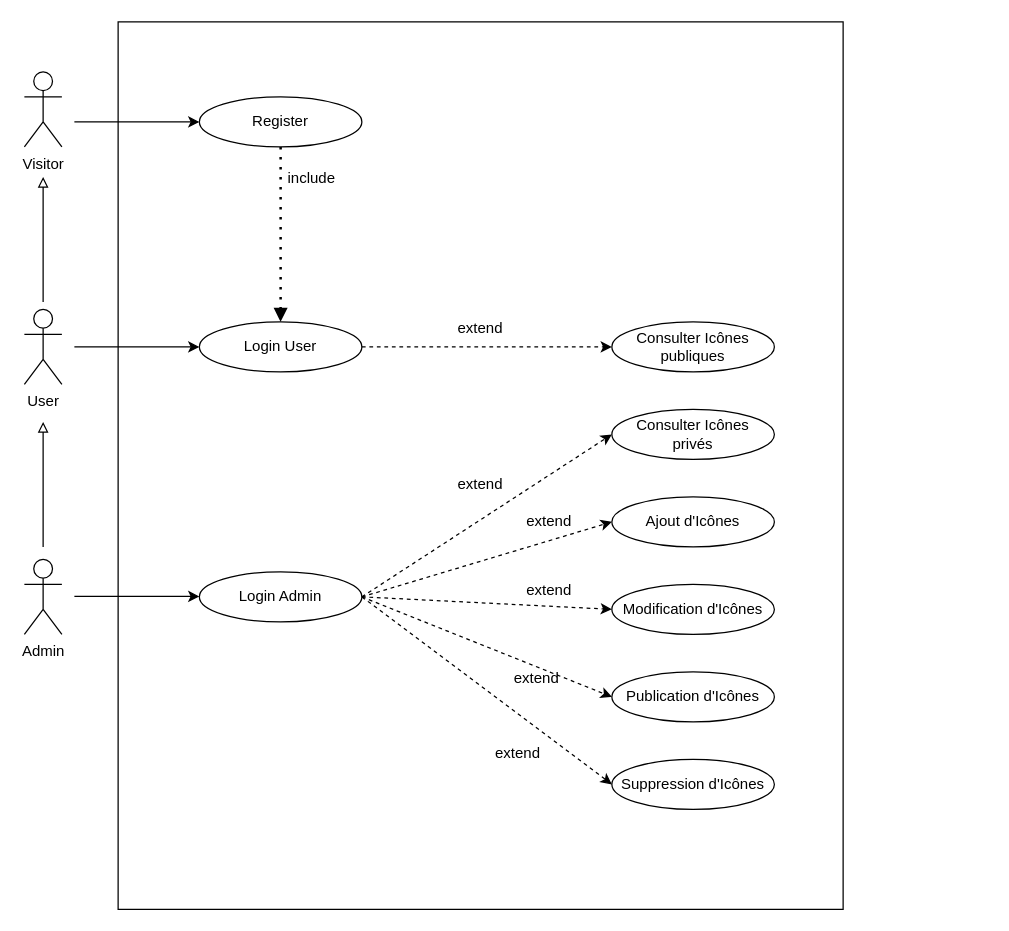
The draw.io diagram doc/UseCase_V1.drawio in Johblanc/iconotheque_back, before the edit. Source tidied: cells renumbered, new cells numbered last; positions are measured from the earlier drawing's top-left corner, leaving out a move shared by most shapes. Both pictures are drawn from the tidied source at 125%, with x=0, y=0 at pixel (24, 21).
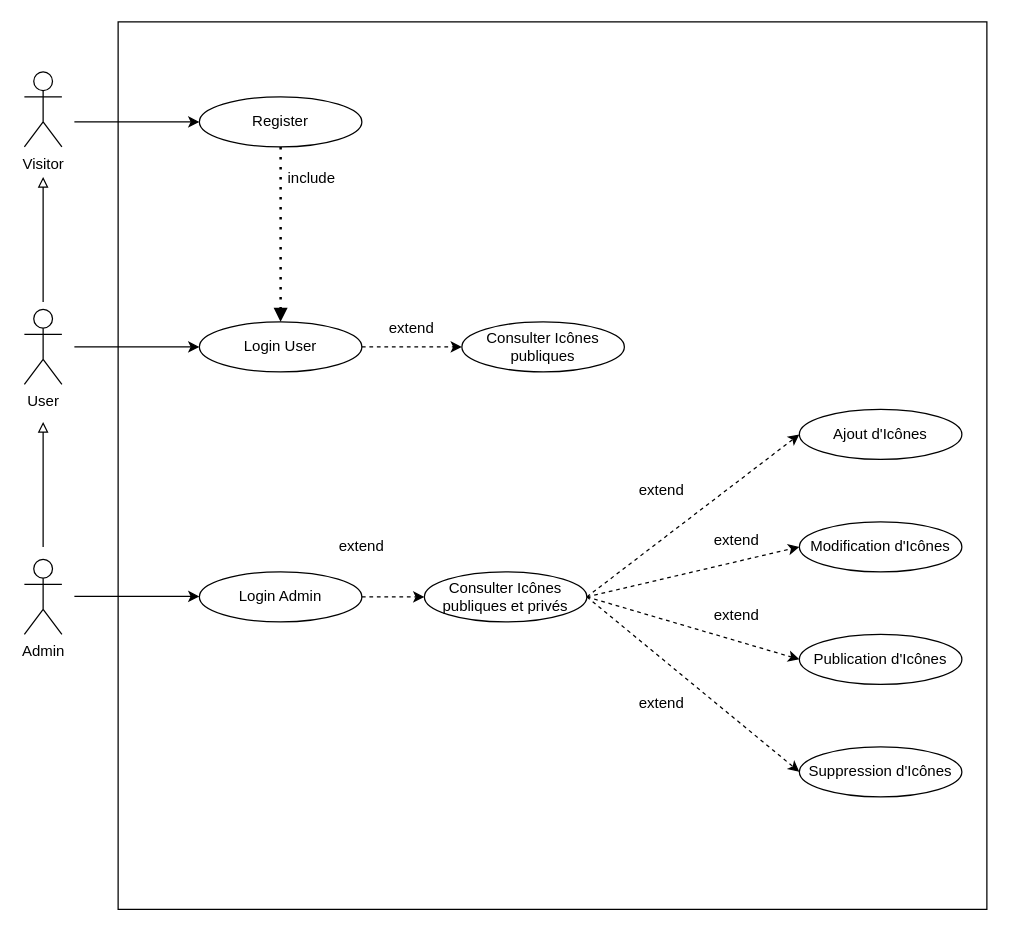
Above is the later version.

Commit message:
body : Maj UseCase V1

Unchanged cells that the change refers to:
```xml
<mxCell id="24" value="Login Admin" style="ellipse;whiteSpace=wrap;html=1;" parent="1" vertex="1">
  <mxGeometry x="140" y="440" width="130" height="40" as="geometry" />
</mxCell>
```

The edit, as a diff of the source:
```diff
@@
     <mxCell id="2" style="rounded=0;whiteSpace=wrap;html=1;" parent="1" vertex="1">
-      <mxGeometry x="75" width="580" height="710" as="geometry" />
+      <mxGeometry x="75" width="695" height="710" as="geometry" />
     </mxCell>
@@
     <mxCell id="8" value="Consulter Icônes publiques" style="ellipse;whiteSpace=wrap;html=1;" parent="1" vertex="1">
-      <mxGeometry x="470" y="240" width="130" height="40" as="geometry" />
+      <mxGeometry x="350" y="240" width="130" height="40" as="geometry" />
     </mxCell>
     <mxCell id="9" value="Ajout d'Icônes" style="ellipse;whiteSpace=wrap;html=1;" parent="1" vertex="1">
-      <mxGeometry x="470" y="380" width="130" height="40" as="geometry" />
+      <mxGeometry x="620" y="310" width="130" height="40" as="geometry" />
     </mxCell>
     <mxCell id="10" value="Modification d'Icônes" style="ellipse;whiteSpace=wrap;html=1;" parent="1" vertex="1">
-      <mxGeometry x="470" y="450" width="130" height="40" as="geometry" />
+      <mxGeometry x="620" y="400" width="130" height="40" as="geometry" />
     </mxCell>
     <mxCell id="11" value="Publication d'Icônes" style="ellipse;whiteSpace=wrap;html=1;" parent="1" vertex="1">
-      <mxGeometry x="470" y="520" width="130" height="40" as="geometry" />
+      <mxGeometry x="620" y="490" width="130" height="40" as="geometry" />
     </mxCell>
@@
-    <mxCell id="17" style="endArrow=classic;html=1;entryX=0;entryY=0.5;entryDx=0;entryDy=0;exitX=1;exitY=0.5;exitDx=0;exitDy=0;dashed=1;" parent="1" edge="1" source="24" target="9">
-      <mxGeometry relative="1" as="geometry" />
-    </mxCell>
-    <mxCell id="18" style="endArrow=classic;html=1;entryX=0;entryY=0.5;entryDx=0;entryDy=0;exitX=1;exitY=0.5;exitDx=0;exitDy=0;dashed=1;" parent="1" edge="1" source="24" target="10">
+    <mxCell id="18" style="endArrow=classic;html=1;entryX=0;entryY=0.5;entryDx=0;entryDy=0;exitX=1;exitY=0.5;exitDx=0;exitDy=0;dashed=1;" parent="1" edge="1" source="34" target="10">
       <mxGeometry relative="1" as="geometry" />
     </mxCell>
-    <mxCell id="19" style="endArrow=classic;html=1;entryX=0;entryY=0.5;entryDx=0;entryDy=0;exitX=1;exitY=0.5;exitDx=0;exitDy=0;dashed=1;" parent="1" edge="1" source="24" target="11">
-      <mxGeometry relative="1" as="geometry" />
+    <mxCell id="19" style="endArrow=classic;html=1;entryX=0;entryY=0.5;entryDx=0;entryDy=0;dashed=1;" parent="1" edge="1" target="11">
+      <mxGeometry relative="1" as="geometry">
+        <mxPoint x="450" y="460" as="sourcePoint" />
+      </mxGeometry>
     </mxCell>
@@
     <mxCell id="22" value="Suppression d'Icônes" style="ellipse;whiteSpace=wrap;html=1;" parent="1" vertex="1">
-      <mxGeometry x="470" y="590" width="130" height="40" as="geometry" />
+      <mxGeometry x="620" y="580" width="130" height="40" as="geometry" />
     </mxCell>
-    <mxCell id="23" style="endArrow=classic;html=1;entryX=0;entryY=0.5;entryDx=0;entryDy=0;exitX=1;exitY=0.5;exitDx=0;exitDy=0;dashed=1;" parent="1" edge="1" source="24" target="22">
+    <mxCell id="23" style="endArrow=classic;html=1;entryX=0;entryY=0.5;entryDx=0;entryDy=0;dashed=1;exitX=1;exitY=0.5;exitDx=0;exitDy=0;" parent="1" edge="1" source="34" target="22">
       <mxGeometry relative="1" as="geometry" />
     </mxCell>
@@
-    <mxCell id="26" value="Consulter Icônes&lt;br&gt;privés" style="ellipse;whiteSpace=wrap;html=1;" parent="1" vertex="1">
-      <mxGeometry x="470" y="310" width="130" height="40" as="geometry" />
-    </mxCell>
-    <mxCell id="27" style="endArrow=classic;html=1;entryX=0;entryY=0.5;entryDx=0;entryDy=0;exitX=1;exitY=0.5;exitDx=0;exitDy=0;dashed=1;" parent="1" edge="1" source="24" target="26">
-      <mxGeometry relative="1" as="geometry" />
-    </mxCell>
     <mxCell id="28" value="extend" style="text;strokeColor=none;align=center;fillColor=none;html=1;verticalAlign=middle;whiteSpace=wrap;rounded=0;" parent="1" vertex="1">
-      <mxGeometry x="335" y="230" width="60" height="30" as="geometry" />
+      <mxGeometry x="280" y="230" width="60" height="30" as="geometry" />
     </mxCell>
     <mxCell id="29" value="extend" style="text;strokeColor=none;align=center;fillColor=none;html=1;verticalAlign=middle;whiteSpace=wrap;rounded=0;" parent="1" vertex="1">
-      <mxGeometry x="390" y="440" width="60" height="30" as="geometry" />
+      <mxGeometry x="480" y="360" width="60" height="30" as="geometry" />
     </mxCell>
-    <mxCell id="30" value="extend" style="text;strokeColor=none;align=center;fillColor=none;html=1;verticalAlign=middle;whiteSpace=wrap;rounded=0;" parent="1" vertex="1">
-      <mxGeometry x="380" y="510" width="60" height="30" as="geometry" />
-    </mxCell>
-    <mxCell id="31" value="extend" style="text;strokeColor=none;align=center;fillColor=none;html=1;verticalAlign=middle;whiteSpace=wrap;rounded=0;" parent="1" vertex="1">
-      <mxGeometry x="365" y="570" width="60" height="30" as="geometry" />
-    </mxCell>
-    <mxCell id="32" value="extend" style="text;strokeColor=none;align=center;fillColor=none;html=1;verticalAlign=middle;whiteSpace=wrap;rounded=0;" parent="1" vertex="1">
-      <mxGeometry x="390" y="385" width="60" height="30" as="geometry" />
-    </mxCell>
-    <mxCell id="33" value="extend" style="text;strokeColor=none;align=center;fillColor=none;html=1;verticalAlign=middle;whiteSpace=wrap;rounded=0;" parent="1" vertex="1">
-      <mxGeometry x="335" y="355" width="60" height="30" as="geometry" />
-    </mxCell>
+    <mxCell id="34" value="Consulter Icônes publiques et privés" style="ellipse;whiteSpace=wrap;html=1;" parent="1" vertex="1">
+      <mxGeometry x="320" y="440" width="130" height="40" as="geometry" />
+    </mxCell>
+    <mxCell id="35" style="endArrow=classic;html=1;entryX=0;entryY=0.5;entryDx=0;entryDy=0;dashed=1;" parent="1" edge="1" target="34">
+      <mxGeometry relative="1" as="geometry">
+        <mxPoint x="270" y="460" as="sourcePoint" />
+      </mxGeometry>
+    </mxCell>
+    <mxCell id="36" style="endArrow=classic;html=1;entryX=0;entryY=0.5;entryDx=0;entryDy=0;exitX=1;exitY=0.5;exitDx=0;exitDy=0;dashed=1;" parent="1" edge="1" source="34" target="9">
+      <mxGeometry relative="1" as="geometry" />
+    </mxCell>
+    <mxCell id="37" value="extend" style="text;strokeColor=none;align=center;fillColor=none;html=1;verticalAlign=middle;whiteSpace=wrap;rounded=0;" parent="1" vertex="1">
+      <mxGeometry x="240" y="405" width="60" height="30" as="geometry" />
+    </mxCell>
+    <mxCell id="38" value="extend" style="text;strokeColor=none;align=center;fillColor=none;html=1;verticalAlign=middle;whiteSpace=wrap;rounded=0;" parent="1" vertex="1">
+      <mxGeometry x="540" y="400" width="60" height="30" as="geometry" />
+    </mxCell>
+    <mxCell id="39" value="extend" style="text;strokeColor=none;align=center;fillColor=none;html=1;verticalAlign=middle;whiteSpace=wrap;rounded=0;" parent="1" vertex="1">
+      <mxGeometry x="540" y="460" width="60" height="30" as="geometry" />
+    </mxCell>
+    <mxCell id="40" value="extend" style="text;strokeColor=none;align=center;fillColor=none;html=1;verticalAlign=middle;whiteSpace=wrap;rounded=0;" parent="1" vertex="1">
+      <mxGeometry x="480" y="530" width="60" height="30" as="geometry" />
+    </mxCell>
```
